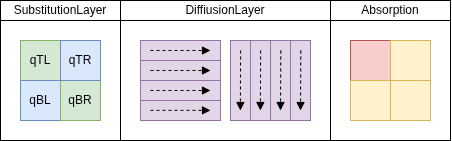
The draw.io diagram schema.drawio.png in P1c1s/CrossSponge, before a commit. Source tidied: cells renumbered, new cells last; positions are measured from the earlier drawing's top-left corner, leaving out a move shared by most shapes.
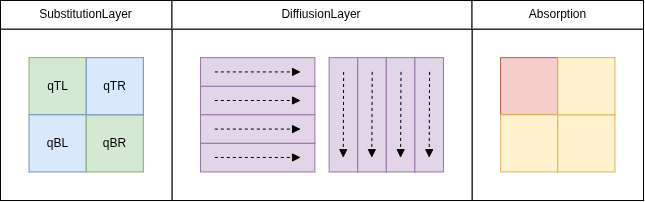
The same file after the commit.

Change to the diagram source:
```diff
@@ -2,128 +2,131 @@
   <root>
     <mxCell id="0" />
     <mxCell id="1" parent="0" />
+    <mxCell id="34" style="group;" parent="1" vertex="1">
+      <mxGeometry x="-50" y="50" width="643" height="200" as="geometry" />
+    </mxCell>
-    <mxCell id="2" style="rounded=0;whiteSpace=wrap;html=1;" parent="1" vertex="1">
-      <mxGeometry x="330" y="20" width="120" height="120" as="geometry" />
+    <mxCell id="2" style="rounded=0;whiteSpace=wrap;html=1;" parent="34" vertex="1">
+      <mxGeometry x="471.5" y="28.6" width="171.5" height="171.4" as="geometry" />
     </mxCell>
-    <mxCell id="3" style="rounded=0;whiteSpace=wrap;html=1;" parent="1" vertex="1">
-      <mxGeometry x="120" y="20" width="210" height="120" as="geometry" />
+    <mxCell id="3" style="rounded=0;whiteSpace=wrap;html=1;" parent="34" vertex="1">
+      <mxGeometry x="171.5" y="28.6" width="300.1" height="171.4" as="geometry" />
     </mxCell>
-    <mxCell id="4" style="rounded=0;whiteSpace=wrap;html=1;" parent="1" vertex="1">
-      <mxGeometry y="20" width="120" height="120" as="geometry" />
+    <mxCell id="4" style="rounded=0;whiteSpace=wrap;html=1;" parent="34" vertex="1">
+      <mxGeometry y="28.6" width="171.5" height="171.4" as="geometry" />
     </mxCell>
-    <mxCell id="5" value="qTL" style="whiteSpace=wrap;html=1;fillColor=#d5e8d4;strokeColor=#82b366;" parent="1" vertex="1">
-      <mxGeometry x="20" y="40" width="40" height="40" as="geometry" />
+    <mxCell id="5" value="qTL" style="whiteSpace=wrap;html=1;fillColor=#d5e8d4;strokeColor=#82b366;" parent="34" vertex="1">
+      <mxGeometry x="28.6" y="57.1" width="57.1" height="57.1" as="geometry" />
     </mxCell>
-    <mxCell id="6" value="&lt;span style=&quot;color: rgb(0, 0, 0);&quot;&gt;qBL&lt;/span&gt;" style="whiteSpace=wrap;html=1;fillColor=#dae8fc;strokeColor=#6c8ebf;" parent="1" vertex="1">
-      <mxGeometry x="20" y="80" width="40" height="40" as="geometry" />
+    <mxCell id="6" value="&lt;span style=&quot;color: rgb(0, 0, 0);&quot;&gt;qBL&lt;/span&gt;" style="whiteSpace=wrap;html=1;fillColor=#dae8fc;strokeColor=#6c8ebf;" parent="34" vertex="1">
+      <mxGeometry x="28.6" y="114.3" width="57.1" height="57.1" as="geometry" />
     </mxCell>
-    <mxCell id="7" value="&lt;span style=&quot;color: rgb(0, 0, 0);&quot;&gt;qBR&lt;/span&gt;" style="whiteSpace=wrap;html=1;fillColor=#d5e8d4;strokeColor=#82b366;" parent="1" vertex="1">
-      <mxGeometry x="60" y="80" width="40" height="40" as="geometry" />
+    <mxCell id="7" value="&lt;span style=&quot;color: rgb(0, 0, 0);&quot;&gt;qBR&lt;/span&gt;" style="whiteSpace=wrap;html=1;fillColor=#d5e8d4;strokeColor=#82b366;" parent="34" vertex="1">
+      <mxGeometry x="85.7" y="114.3" width="57.1" height="57.1" as="geometry" />
     </mxCell>
-    <mxCell id="8" value="&lt;span style=&quot;color: rgb(0, 0, 0);&quot;&gt;qTR&lt;/span&gt;" style="whiteSpace=wrap;html=1;fillColor=#dae8fc;strokeColor=#6c8ebf;" parent="1" vertex="1">
-      <mxGeometry x="60" y="40" width="40" height="40" as="geometry" />
+    <mxCell id="8" value="&lt;span style=&quot;color: rgb(0, 0, 0);&quot;&gt;qTR&lt;/span&gt;" style="whiteSpace=wrap;html=1;fillColor=#dae8fc;strokeColor=#6c8ebf;" parent="34" vertex="1">
+      <mxGeometry x="85.7" y="57.1" width="57.1" height="57.1" as="geometry" />
     </mxCell>
-    <mxCell id="9" value="SubstitutionLayer" style="rounded=0;whiteSpace=wrap;html=1;" parent="1" vertex="1">
-      <mxGeometry width="120" height="20" as="geometry" />
+    <mxCell id="9" value="SubstitutionLayer" style="rounded=0;whiteSpace=wrap;html=1;" parent="34" vertex="1">
+      <mxGeometry width="171.5" height="28.6" as="geometry" />
     </mxCell>
-    <mxCell id="10" value="DiffiusionLayer" style="rounded=0;whiteSpace=wrap;html=1;" parent="1" vertex="1">
-      <mxGeometry x="120" width="210" height="20" as="geometry" />
+    <mxCell id="10" value="DiffiusionLayer" style="rounded=0;whiteSpace=wrap;html=1;" parent="34" vertex="1">
+      <mxGeometry x="171.5" width="300.1" height="28.6" as="geometry" />
     </mxCell>
-    <mxCell id="11" style="whiteSpace=wrap;html=1;fillColor=#f8cecc;strokeColor=#b85450;" parent="1" vertex="1">
-      <mxGeometry x="350" y="40" width="40" height="40" as="geometry" />
+    <mxCell id="11" style="whiteSpace=wrap;html=1;fillColor=#f8cecc;strokeColor=#b85450;" parent="34" vertex="1">
+      <mxGeometry x="500.1" y="57.1" width="57.1" height="57.1" as="geometry" />
     </mxCell>
-    <mxCell id="12" style="whiteSpace=wrap;html=1;fillColor=#fff2cc;strokeColor=#d6b656;" parent="1" vertex="1">
-      <mxGeometry x="350" y="80" width="40" height="40" as="geometry" />
+    <mxCell id="12" style="whiteSpace=wrap;html=1;fillColor=#fff2cc;strokeColor=#d6b656;" parent="34" vertex="1">
+      <mxGeometry x="500.1" y="114.3" width="57.1" height="57.1" as="geometry" />
     </mxCell>
-    <mxCell id="13" style="whiteSpace=wrap;html=1;fillColor=#fff2cc;strokeColor=#d6b656;" parent="1" vertex="1">
-      <mxGeometry x="390" y="80" width="40" height="40" as="geometry" />
+    <mxCell id="13" style="whiteSpace=wrap;html=1;fillColor=#fff2cc;strokeColor=#d6b656;" parent="34" vertex="1">
+      <mxGeometry x="557.3" y="114.3" width="57.1" height="57.1" as="geometry" />
     </mxCell>
-    <mxCell id="14" style="whiteSpace=wrap;html=1;fillColor=#fff2cc;strokeColor=#d6b656;" parent="1" vertex="1">
-      <mxGeometry x="390" y="40" width="40" height="40" as="geometry" />
+    <mxCell id="14" style="whiteSpace=wrap;html=1;fillColor=#fff2cc;strokeColor=#d6b656;" parent="34" vertex="1">
+      <mxGeometry x="557.3" y="57.1" width="57.1" height="57.1" as="geometry" />
     </mxCell>
-    <mxCell id="15" style="group;" parent="1" vertex="1">
-      <mxGeometry x="140" y="40" width="80" height="80" as="geometry" />
+    <mxCell id="15" style="group;" parent="34" vertex="1">
+      <mxGeometry x="200" y="57.1" width="114.3" height="114.3" as="geometry" />
     </mxCell>
     <mxCell id="16" style="endArrow=block;html=1;endFill=1;rounded=0;curved=0;dashed=1;" parent="15" edge="1">
       <mxGeometry relative="1" as="geometry">
-        <mxPoint x="10" y="70" as="sourcePoint" />
-        <mxPoint x="70" y="70" as="targetPoint" />
+        <mxPoint x="14.3" y="100" as="sourcePoint" />
+        <mxPoint x="100" y="100" as="targetPoint" />
       </mxGeometry>
     </mxCell>
     <mxCell id="17" style="rounded=0;whiteSpace=wrap;html=1;fillColor=#e1d5e7;strokeColor=#9673a6;direction=south;" parent="15" vertex="1">
-      <mxGeometry y="20" width="80" height="20" as="geometry" />
+      <mxGeometry y="28.6" width="114.3" height="28.6" as="geometry" />
     </mxCell>
     <mxCell id="18" style="rounded=0;whiteSpace=wrap;html=1;fillColor=#e1d5e7;strokeColor=#9673a6;direction=south;" parent="15" vertex="1">
-      <mxGeometry width="80" height="20" as="geometry" />
+      <mxGeometry width="114.3" height="28.6" as="geometry" />
     </mxCell>
     <mxCell id="19" style="rounded=0;whiteSpace=wrap;html=1;fillColor=#e1d5e7;strokeColor=#9673a6;direction=south;" parent="15" vertex="1">
-      <mxGeometry y="40" width="80" height="20" as="geometry" />
+      <mxGeometry y="57.1" width="114.3" height="28.6" as="geometry" />
     </mxCell>
     <mxCell id="20" style="rounded=0;whiteSpace=wrap;html=1;fillColor=#e1d5e7;strokeColor=#9673a6;direction=south;" parent="15" vertex="1">
-      <mxGeometry y="60" width="80" height="20" as="geometry" />
+      <mxGeometry y="85.7" width="114.3" height="28.6" as="geometry" />
     </mxCell>
     <mxCell id="21" style="endArrow=block;html=1;endFill=1;rounded=0;curved=0;dashed=1;" parent="15" edge="1">
       <mxGeometry relative="1" as="geometry">
-        <mxPoint x="10" y="50" as="sourcePoint" />
-        <mxPoint x="70" y="50" as="targetPoint" />
+        <mxPoint x="14.3" y="71.4" as="sourcePoint" />
+        <mxPoint x="100" y="71.4" as="targetPoint" />
       </mxGeometry>
     </mxCell>
     <mxCell id="22" style="endArrow=block;html=1;endFill=1;rounded=0;curved=0;dashed=1;" parent="15" edge="1">
       <mxGeometry relative="1" as="geometry">
-        <mxPoint x="10" y="30" as="sourcePoint" />
-        <mxPoint x="70" y="30" as="targetPoint" />
+        <mxPoint x="14.3" y="42.9" as="sourcePoint" />
+        <mxPoint x="100" y="42.9" as="targetPoint" />
       </mxGeometry>
     </mxCell>
     <mxCell id="23" style="endArrow=block;html=1;endFill=1;rounded=0;curved=0;dashed=1;" parent="15" edge="1">
       <mxGeometry relative="1" as="geometry">
-        <mxPoint x="10" y="10" as="sourcePoint" />
-        <mxPoint x="70" y="10" as="targetPoint" />
+        <mxPoint x="14.3" y="14.3" as="sourcePoint" />
+        <mxPoint x="100" y="14.3" as="targetPoint" />
       </mxGeometry>
     </mxCell>
     <mxCell id="24" style="endArrow=block;html=1;endFill=1;rounded=0;curved=0;dashed=1;" parent="15" edge="1">
       <mxGeometry relative="1" as="geometry">
-        <mxPoint x="10" y="69.9" as="sourcePoint" />
-        <mxPoint x="70" y="69.9" as="targetPoint" />
+        <mxPoint x="14.3" y="99.8" as="sourcePoint" />
+        <mxPoint x="100" y="99.8" as="targetPoint" />
       </mxGeometry>
     </mxCell>
-    <mxCell id="25" style="rounded=0;whiteSpace=wrap;html=1;fillColor=#e1d5e7;strokeColor=#9673a6;" parent="1" vertex="1">
-      <mxGeometry x="230" y="40" width="20" height="80" as="geometry" />
+    <mxCell id="25" style="rounded=0;whiteSpace=wrap;html=1;fillColor=#e1d5e7;strokeColor=#9673a6;" parent="34" vertex="1">
+      <mxGeometry x="328.6" y="57.1" width="28.6" height="114.3" as="geometry" />
     </mxCell>
-    <mxCell id="26" style="rounded=0;whiteSpace=wrap;html=1;fillColor=#e1d5e7;strokeColor=#9673a6;" parent="1" vertex="1">
-      <mxGeometry x="250" y="40" width="20" height="80" as="geometry" />
+    <mxCell id="26" style="rounded=0;whiteSpace=wrap;html=1;fillColor=#e1d5e7;strokeColor=#9673a6;" parent="34" vertex="1">
+      <mxGeometry x="357.2" y="57.1" width="28.6" height="114.3" as="geometry" />
     </mxCell>
-    <mxCell id="27" style="rounded=0;whiteSpace=wrap;html=1;fillColor=#e1d5e7;strokeColor=#9673a6;" parent="1" vertex="1">
-      <mxGeometry x="270" y="40" width="20" height="80" as="geometry" />
+    <mxCell id="27" style="rounded=0;whiteSpace=wrap;html=1;fillColor=#e1d5e7;strokeColor=#9673a6;" parent="34" vertex="1">
+      <mxGeometry x="385.8" y="57.1" width="28.6" height="114.3" as="geometry" />
     </mxCell>
-    <mxCell id="28" style="rounded=0;whiteSpace=wrap;html=1;fillColor=#e1d5e7;strokeColor=#9673a6;" parent="1" vertex="1">
-      <mxGeometry x="290" y="40" width="20" height="80" as="geometry" />
+    <mxCell id="28" style="rounded=0;whiteSpace=wrap;html=1;fillColor=#e1d5e7;strokeColor=#9673a6;" parent="34" vertex="1">
+      <mxGeometry x="414.4" y="57.1" width="28.6" height="114.3" as="geometry" />
     </mxCell>
-    <mxCell id="29" style="endArrow=block;html=1;endFill=1;rounded=0;curved=0;dashed=1;" parent="1" edge="1">
+    <mxCell id="29" style="endArrow=block;html=1;endFill=1;rounded=0;curved=0;dashed=1;" parent="34" edge="1">
       <mxGeometry relative="1" as="geometry">
-        <mxPoint x="240.1" y="50" as="sourcePoint" />
-        <mxPoint x="239.9" y="110" as="targetPoint" />
+        <mxPoint x="343.1" y="71.4" as="sourcePoint" />
+        <mxPoint x="342.7" y="157.1" as="targetPoint" />
       </mxGeometry>
     </mxCell>
-    <mxCell id="30" style="endArrow=block;html=1;endFill=1;rounded=0;curved=0;dashed=1;" parent="1" edge="1">
+    <mxCell id="30" style="endArrow=block;html=1;endFill=1;rounded=0;curved=0;dashed=1;" parent="34" edge="1">
       <mxGeometry relative="1" as="geometry">
-        <mxPoint x="260.1" y="50" as="sourcePoint" />
-        <mxPoint x="259.9" y="110" as="targetPoint" />
+        <mxPoint x="371.7" y="71.4" as="sourcePoint" />
+        <mxPoint x="371.3" y="157.1" as="targetPoint" />
       </mxGeometry>
     </mxCell>
-    <mxCell id="31" style="endArrow=block;html=1;endFill=1;rounded=0;curved=0;dashed=1;" parent="1" edge="1">
+    <mxCell id="31" style="endArrow=block;html=1;endFill=1;rounded=0;curved=0;dashed=1;" parent="34" edge="1">
       <mxGeometry relative="1" as="geometry">
-        <mxPoint x="280.3" y="50" as="sourcePoint" />
-        <mxPoint x="280" y="110" as="targetPoint" />
+        <mxPoint x="400.5" y="71.4" as="sourcePoint" />
+        <mxPoint x="400.1" y="157.1" as="targetPoint" />
       </mxGeometry>
     </mxCell>
-    <mxCell id="32" style="endArrow=block;html=1;endFill=1;rounded=0;curved=0;dashed=1;" parent="1" edge="1">
+    <mxCell id="32" style="endArrow=block;html=1;endFill=1;rounded=0;curved=0;dashed=1;" parent="34" edge="1">
       <mxGeometry relative="1" as="geometry">
-        <mxPoint x="300.3" y="50" as="sourcePoint" />
-        <mxPoint x="300" y="110" as="targetPoint" />
+        <mxPoint x="429.1" y="71.4" as="sourcePoint" />
+        <mxPoint x="428.7" y="157.1" as="targetPoint" />
       </mxGeometry>
     </mxCell>
-    <mxCell id="33" value="Absorption" style="rounded=0;whiteSpace=wrap;html=1;" parent="1" vertex="1">
-      <mxGeometry x="330" width="120" height="20" as="geometry" />
+    <mxCell id="33" value="Absorption" style="rounded=0;whiteSpace=wrap;html=1;" parent="34" vertex="1">
+      <mxGeometry x="471.5" width="171.5" height="28.6" as="geometry" />
     </mxCell>
   </root>
 </mxGraphModel>
```
